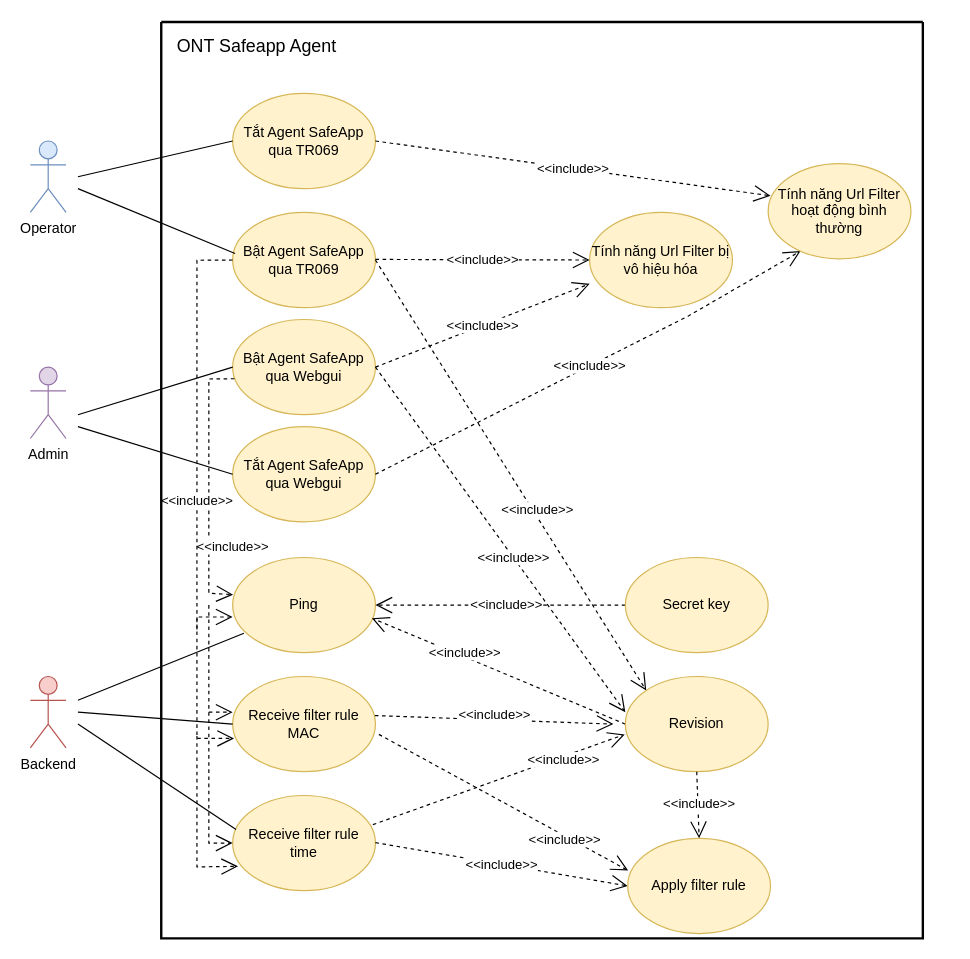
nhatdevemb/Image_galerry keeps this draw.io diagram as final.drawio. Above is the earlier version. Source tidied: cells renumbered, new cells numbered last; positions are measured from the earlier drawing's top-left corner, leaving out a move shared by most shapes. Both pictures are drawn from the tidied source at 119%, with x=0, y=0 at pixel (30, 21).
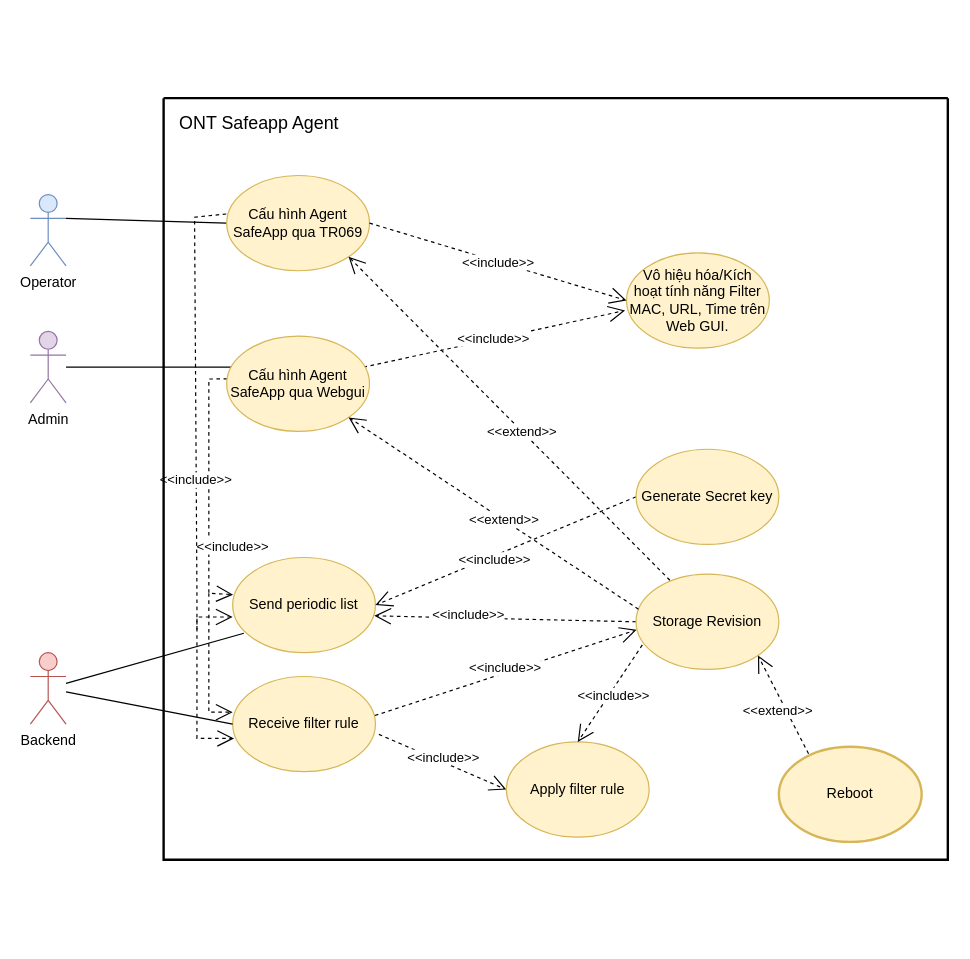
Above is the later version.

Change to the diagram source:
```diff
@@
-    <mxCell id="2" value="Tắt Agent SafeApp qua TR069" style="ellipse;whiteSpace=wrap;html=1;fillColor=#fff2cc;strokeColor=#d6b656;" parent="1" vertex="1">
-      <mxGeometry x="170" y="60" width="120" height="80" as="geometry" />
-    </mxCell>
-    <mxCell id="3" value="&lt;span&gt;Bật Agent SafeApp qua TR069&lt;/span&gt;" style="ellipse;whiteSpace=wrap;html=1;fillColor=#fff2cc;strokeColor=#d6b656;" parent="1" vertex="1">
-      <mxGeometry x="170" y="160" width="120" height="80" as="geometry" />
-    </mxCell>
-    <mxCell id="4" value="&lt;span&gt;Bật Agent SafeApp qua Webgui&lt;/span&gt;" style="ellipse;whiteSpace=wrap;html=1;fillColor=#fff2cc;strokeColor=#d6b656;" parent="1" vertex="1">
-      <mxGeometry x="170" y="250" width="120" height="80" as="geometry" />
-    </mxCell>
-    <mxCell id="5" value="&lt;span&gt;Tắt Agent SafeApp qua Webgui&lt;/span&gt;" style="ellipse;whiteSpace=wrap;html=1;fillColor=#fff2cc;strokeColor=#d6b656;" parent="1" vertex="1">
-      <mxGeometry x="170" y="340" width="120" height="80" as="geometry" />
-    </mxCell>
-    <mxCell id="6" value="Ping" style="ellipse;whiteSpace=wrap;html=1;fillColor=#fff2cc;strokeColor=#d6b656;" parent="1" vertex="1">
+    <mxCell id="6" value="Send periodic list" style="ellipse;whiteSpace=wrap;html=1;fillColor=#fff2cc;strokeColor=#d6b656;" parent="1" vertex="1">
       <mxGeometry x="170" y="450" width="120" height="80" as="geometry" />
     </mxCell>
-    <mxCell id="7" value="Tính năng Url Filter bị vô hiệu hóa" style="ellipse;whiteSpace=wrap;html=1;fillColor=#fff2cc;strokeColor=#d6b656;" parent="1" vertex="1">
-      <mxGeometry x="470" y="160" width="120" height="80" as="geometry" />
-    </mxCell>
-    <mxCell id="8" value="&amp;lt;&amp;lt;include&amp;gt;&amp;gt;" style="endArrow=open;endSize=12;dashed=1;html=1;rounded=0;entryX=0;entryY=0.5;entryDx=0;entryDy=0;" parent="1" edge="1" target="7">
-      <mxGeometry relative="1" as="geometry">
-        <mxPoint x="290" y="199.5" as="sourcePoint" />
-      </mxGeometry>
-    </mxCell>
-    <mxCell id="9" value="&amp;lt;&amp;lt;include&amp;gt;&amp;gt;" style="endArrow=open;endSize=12;dashed=1;html=1;rounded=0;exitX=1;exitY=0.5;exitDx=0;exitDy=0;" parent="1" edge="1" source="4">
+    <mxCell id="9" value="&amp;lt;&amp;lt;include&amp;gt;&amp;gt;" style="endArrow=open;endSize=12;dashed=1;html=1;rounded=0;entryX=-0.01;entryY=0.605;entryDx=0;entryDy=0;entryPerimeter=0;" parent="1" edge="1" target="7">
       <mxGeometry relative="1" as="geometry">
-        <mxPoint x="470" y="220" as="targetPoint" />
+        <mxPoint x="280" y="290" as="sourcePoint" />
       </mxGeometry>
     </mxCell>
-    <mxCell id="10" value="&amp;lt;&amp;lt;include&amp;gt;&amp;gt;" style="endArrow=open;endSize=12;dashed=1;html=1;rounded=0;exitX=1;exitY=0.5;exitDx=0;exitDy=0;entryX=0.227;entryY=0.919;entryDx=0;entryDy=0;entryPerimeter=0;" parent="1" edge="1" source="5" target="43">
-      <mxGeometry relative="1" as="geometry">
-        <Array as="points">
-          <mxPoint x="553" y="247" />
-        </Array>
-      </mxGeometry>
-    </mxCell>
-    <mxCell id="11" value="&amp;lt;&amp;lt;include&amp;gt;&amp;gt;" style="endArrow=open;endSize=12;dashed=1;html=1;rounded=0;exitX=1;exitY=0.5;exitDx=0;exitDy=0;entryX=0.017;entryY=0.338;entryDx=0;entryDy=0;entryPerimeter=0;" parent="1" edge="1" source="2" target="43">
-      <mxGeometry relative="1" as="geometry" />
-    </mxCell>
     <mxCell id="12" value="Operator" style="shape=umlActor;verticalLabelPosition=bottom;verticalAlign=top;html=1;fillColor=#dae8fc;strokeColor=#6c8ebf;" parent="1" vertex="1">
-      <mxGeometry y="100" width="30" height="60" as="geometry" />
+      <mxGeometry y="145" width="30" height="60" as="geometry" />
     </mxCell>
     <mxCell id="13" value="Admin" style="shape=umlActor;verticalLabelPosition=bottom;verticalAlign=top;html=1;fillColor=#e1d5e7;strokeColor=#9673a6;" parent="1" vertex="1">
-      <mxGeometry y="290" width="30" height="60" as="geometry" />
+      <mxGeometry y="260" width="30" height="60" as="geometry" />
     </mxCell>
-    <mxCell id="14" value="&amp;lt;&amp;lt;include&amp;gt;&amp;gt;" style="endArrow=open;endSize=12;dashed=1;html=1;rounded=0;exitX=0.012;exitY=0.622;exitDx=0;exitDy=0;exitPerimeter=0;entryX=0.003;entryY=0.39;entryDx=0;entryDy=0;entryPerimeter=0;" parent="1" edge="1" source="4" target="6">
+    <mxCell id="14" value="&amp;lt;&amp;lt;include&amp;gt;&amp;gt;" style="endArrow=open;endSize=12;dashed=1;html=1;rounded=0;exitX=0.012;exitY=0.622;exitDx=0;exitDy=0;exitPerimeter=0;entryX=0.003;entryY=0.39;entryDx=0;entryDy=0;entryPerimeter=0;" parent="1" edge="1" target="6">
       <mxGeometry x="0.46" y="20" relative="1" as="geometry">
+        <mxPoint x="171.4" y="299.8" as="sourcePoint" />
         <Array as="points">
           <mxPoint x="150" y="300" />
           <mxPoint x="150" y="480" />
         </Array>
       </mxGeometry>
     </mxCell>
-    <mxCell id="15" value="&amp;lt;&amp;lt;include&amp;gt;&amp;gt;" style="endArrow=open;endSize=12;dashed=1;html=1;rounded=0;exitX=0;exitY=0.5;exitDx=0;exitDy=0;entryX=0.01;entryY=0.65;entryDx=0;entryDy=0;entryPerimeter=0;" parent="1" edge="1" source="3" target="16">
+    <mxCell id="15" value="&amp;lt;&amp;lt;include&amp;gt;&amp;gt;" style="endArrow=open;endSize=12;dashed=1;html=1;rounded=0;exitX=-0.003;exitY=0.404;exitDx=0;exitDy=0;entryX=0.01;entryY=0.65;entryDx=0;entryDy=0;entryPerimeter=0;exitPerimeter=0;" parent="1" edge="1" source="2" target="16">
       <mxGeometry relative="1" as="geometry">
         <Array as="points">
-          <mxPoint x="140" y="200.2" />
+          <mxPoint x="138" y="164" />
           <mxPoint x="140" y="480.2" />
           <mxPoint x="140" y="602" />
         </Array>
       </mxGeometry>
     </mxCell>
-    <mxCell id="16" value="Receive filter rule MAC" style="ellipse;whiteSpace=wrap;html=1;fillColor=#fff2cc;strokeColor=#d6b656;" parent="1" vertex="1">
+    <mxCell id="16" value="Receive filter rule" style="ellipse;whiteSpace=wrap;html=1;fillColor=#fff2cc;strokeColor=#d6b656;" parent="1" vertex="1">
       <mxGeometry x="170" y="550" width="120" height="80" as="geometry" />
     </mxCell>
-    <mxCell id="17" value="&lt;span&gt;Receive filter rule time&lt;/span&gt;" style="ellipse;whiteSpace=wrap;html=1;fillColor=#fff2cc;strokeColor=#d6b656;" parent="1" vertex="1">
-      <mxGeometry x="170" y="650" width="120" height="80" as="geometry" />
-    </mxCell>
     <mxCell id="18" style="endArrow=open;endSize=12;dashed=1;html=1;rounded=0;" parent="1" edge="1">
       <mxGeometry relative="1" as="geometry">
-        <mxPoint x="150" y="490" as="sourcePoint" />
+        <mxPoint x="150" y="480" as="sourcePoint" />
         <mxPoint x="170" y="580" as="targetPoint" />
         <Array as="points">
           <mxPoint x="150" y="580" />
         </Array>
       </mxGeometry>
     </mxCell>
-    <mxCell id="19" style="endArrow=open;endSize=12;dashed=1;html=1;rounded=0;entryX=0;entryY=0.5;entryDx=0;entryDy=0;" parent="1" edge="1">
-      <mxGeometry relative="1" as="geometry">
-        <mxPoint x="150" y="580" as="sourcePoint" />
-        <mxPoint x="170" y="690" as="targetPoint" />
-        <Array as="points">
-          <mxPoint x="150" y="690" />
-        </Array>
-      </mxGeometry>
-    </mxCell>
-    <mxCell id="20" style="endArrow=open;endSize=12;dashed=1;html=1;rounded=0;entryX=0.038;entryY=0.744;entryDx=0;entryDy=0;entryPerimeter=0;" parent="1" edge="1" target="17">
-      <mxGeometry relative="1" as="geometry">
-        <mxPoint x="140" y="600" as="sourcePoint" />
-        <Array as="points">
-          <mxPoint x="140" y="710" />
-        </Array>
-      </mxGeometry>
-    </mxCell>
@@
-    <mxCell id="22" value="&amp;lt;&amp;lt;include&amp;gt;&amp;gt;" style="endArrow=open;endSize=12;dashed=1;html=1;rounded=0;entryX=0;entryY=0.5;entryDx=0;entryDy=0;" parent="1" edge="1" target="42">
-      <mxGeometry relative="1" as="geometry">
-        <mxPoint x="290" y="689.6" as="sourcePoint" />
-      </mxGeometry>
-    </mxCell>
-    <mxCell id="23" value="&amp;lt;&amp;lt;include&amp;gt;&amp;gt;" style="endArrow=open;endSize=12;dashed=1;html=1;rounded=0;entryX=0.003;entryY=0.338;entryDx=0;entryDy=0;entryPerimeter=0;exitX=1.024;exitY=0.608;exitDx=0;exitDy=0;exitPerimeter=0;" parent="1" edge="1" source="16" target="42">
-      <mxGeometry x="0.5" y="-3" relative="1" as="geometry" />
+    <mxCell id="23" value="&amp;lt;&amp;lt;include&amp;gt;&amp;gt;" style="endArrow=open;endSize=12;dashed=1;html=1;rounded=0;entryX=0;entryY=0.5;entryDx=0;entryDy=0;exitX=1.024;exitY=0.608;exitDx=0;exitDy=0;exitPerimeter=0;" parent="1" edge="1" source="16" target="42">
+      <mxGeometry x="-0.02" y="4" relative="1" as="geometry" />
     </mxCell>
-    <mxCell id="24" value="&amp;lt;&amp;lt;include&amp;gt;&amp;gt;" style="endArrow=open;endSize=12;dashed=1;html=1;rounded=0;entryX=-0.004;entryY=0.608;entryDx=0;entryDy=0;entryPerimeter=0;exitX=0.982;exitY=0.306;exitDx=0;exitDy=0;exitPerimeter=0;" parent="1" edge="1" source="17" target="41">
-      <mxGeometry x="0.5" y="-3" relative="1" as="geometry" />
-    </mxCell>
     <mxCell id="25" value="&amp;lt;&amp;lt;include&amp;gt;&amp;gt;" style="endArrow=open;endSize=12;dashed=1;html=1;rounded=0;exitX=0;exitY=0.5;exitDx=0;exitDy=0;" parent="1" edge="1" source="41">
       <mxGeometry x="0.28" y="-3" relative="1" as="geometry">
-        <mxPoint x="287" y="501" as="targetPoint" />
+        <mxPoint x="289" y="499" as="targetPoint" />
       </mxGeometry>
     </mxCell>
     <mxCell id="26" value="&amp;lt;&amp;lt;include&amp;gt;&amp;gt;" style="endArrow=open;endSize=12;dashed=1;html=1;rounded=0;entryX=1;entryY=0.5;entryDx=0;entryDy=0;exitX=0;exitY=0.5;exitDx=0;exitDy=0;" parent="1" edge="1" source="40" target="6">
-      <mxGeometry x="-0.05" relative="1" as="geometry" />
+      <mxGeometry x="0.1" y="3" relative="1" as="geometry" />
     </mxCell>
-    <mxCell id="27" value="&amp;lt;&amp;lt;include&amp;gt;&amp;gt;" style="endArrow=open;endSize=12;dashed=1;html=1;rounded=0;exitX=1;exitY=0.5;exitDx=0;exitDy=0;entryX=0;entryY=0.375;entryDx=0;entryDy=0;entryPerimeter=0;" parent="1" edge="1" source="4" target="41">
-      <mxGeometry x="0.1" relative="1" as="geometry" />
-    </mxCell>
-    <mxCell id="28" value="&amp;lt;&amp;lt;include&amp;gt;&amp;gt;" style="endArrow=open;endSize=12;dashed=1;html=1;rounded=0;exitX=1;exitY=0.5;exitDx=0;exitDy=0;entryX=0;entryY=0;entryDx=0;entryDy=0;" parent="1" edge="1" source="3" target="41">
-      <mxGeometry x="0.17" y="3" relative="1" as="geometry" />
-    </mxCell>
-    <mxCell id="29" value="&amp;lt;&amp;lt;include&amp;gt;&amp;gt;" style="endArrow=open;endSize=12;dashed=1;html=1;rounded=0;exitX=0.996;exitY=0.41;exitDx=0;exitDy=0;exitPerimeter=0;" parent="1" edge="1" source="16">
-      <mxGeometry y="4" relative="1" as="geometry">
-        <mxPoint x="490" y="590" as="targetPoint" />
-      </mxGeometry>
+    <mxCell id="29" value="&amp;lt;&amp;lt;include&amp;gt;&amp;gt;" style="endArrow=open;endSize=12;dashed=1;html=1;rounded=0;exitX=0.996;exitY=0.41;exitDx=0;exitDy=0;exitPerimeter=0;entryX=0.004;entryY=0.585;entryDx=0;entryDy=0;entryPerimeter=0;" parent="1" edge="1" source="16" target="41">
+      <mxGeometry y="4" relative="1" as="geometry" />
     </mxCell>
     <mxCell id="30" value="Backend" style="shape=umlActor;verticalLabelPosition=bottom;verticalAlign=top;html=1;fillColor=#f8cecc;strokeColor=#b85450;" parent="1" vertex="1">
-      <mxGeometry y="550" width="30" height="60" as="geometry" />
+      <mxGeometry y="530" width="30" height="60" as="geometry" />
     </mxCell>
-    <mxCell id="31" style="endArrow=none;html=1;rounded=0;entryX=0.079;entryY=0.796;entryDx=0;entryDy=0;entryPerimeter=0;" parent="1" edge="1" target="6">
-      <mxGeometry relative="1" as="geometry">
-        <mxPoint x="40" y="570" as="sourcePoint" />
-      </mxGeometry>
+    <mxCell id="31" style="endArrow=none;html=1;rounded=0;entryX=0.079;entryY=0.796;entryDx=0;entryDy=0;entryPerimeter=0;" parent="1" edge="1" source="30" target="6">
+      <mxGeometry relative="1" as="geometry" />
     </mxCell>
-    <mxCell id="32" style="endArrow=none;html=1;rounded=0;entryX=0;entryY=0.5;entryDx=0;entryDy=0;" parent="1" edge="1" target="16">
-      <mxGeometry relative="1" as="geometry">
-        <mxPoint x="40" y="580" as="sourcePoint" />
-      </mxGeometry>
+    <mxCell id="32" style="endArrow=none;html=1;rounded=0;entryX=0;entryY=0.5;entryDx=0;entryDy=0;" parent="1" edge="1" source="30" target="16">
+      <mxGeometry relative="1" as="geometry" />
     </mxCell>
-    <mxCell id="33" style="endArrow=none;html=1;rounded=0;entryX=0.024;entryY=0.358;entryDx=0;entryDy=0;entryPerimeter=0;" parent="1" edge="1" target="17">
-      <mxGeometry relative="1" as="geometry">
-        <mxPoint x="40" y="590" as="sourcePoint" />
-      </mxGeometry>
-    </mxCell>
-    <mxCell id="34" style="endArrow=none;html=1;rounded=0;entryX=0;entryY=0.5;entryDx=0;entryDy=0;" parent="1" edge="1" target="4">
+    <mxCell id="34" style="endArrow=none;html=1;rounded=0;entryX=0;entryY=0.5;entryDx=0;entryDy=0;" parent="1" edge="1" source="13">
       <mxGeometry relative="1" as="geometry">
-        <mxPoint x="40" y="330" as="sourcePoint" />
+        <mxPoint x="170" y="290" as="targetPoint" />
       </mxGeometry>
     </mxCell>
-    <mxCell id="35" style="endArrow=none;html=1;rounded=0;entryX=0;entryY=0.5;entryDx=0;entryDy=0;" parent="1" edge="1" target="5">
-      <mxGeometry relative="1" as="geometry">
-        <mxPoint x="40" y="340" as="sourcePoint" />
-      </mxGeometry>
-    </mxCell>
-    <mxCell id="36" style="endArrow=none;html=1;rounded=0;entryX=0;entryY=0.5;entryDx=0;entryDy=0;" parent="1" edge="1" target="2">
-      <mxGeometry relative="1" as="geometry">
-        <mxPoint x="40" y="130" as="sourcePoint" />
-      </mxGeometry>
+    <mxCell id="36" style="endArrow=none;html=1;rounded=0;entryX=0;entryY=0.5;entryDx=0;entryDy=0;exitX=1;exitY=0.3333333333333333;exitDx=0;exitDy=0;exitPerimeter=0;" parent="1" edge="1" source="12" target="2">
+      <mxGeometry relative="1" as="geometry" />
     </mxCell>
-    <mxCell id="37" style="endArrow=none;html=1;rounded=0;entryX=0.017;entryY=0.431;entryDx=0;entryDy=0;entryPerimeter=0;" parent="1" edge="1" target="3">
-      <mxGeometry relative="1" as="geometry">
-        <mxPoint x="40" y="140" as="sourcePoint" />
-      </mxGeometry>
-    </mxCell>
     <mxCell id="38" style="swimlane;startSize=0;strokeWidth=2;" parent="1" vertex="1">
-      <mxGeometry x="110" width="640" height="770" as="geometry" />
+      <mxGeometry x="112" y="64" width="659" height="640" as="geometry" />
     </mxCell>
@@
-    <mxCell id="40" value="Secret key" style="ellipse;whiteSpace=wrap;html=1;fillColor=#fff2cc;strokeColor=#d6b656;" parent="38" vertex="1">
-      <mxGeometry x="390" y="450" width="120" height="80" as="geometry" />
+    <mxCell id="40" value="Generate Secret key" style="ellipse;whiteSpace=wrap;html=1;fillColor=#fff2cc;strokeColor=#d6b656;" parent="38" vertex="1">
+      <mxGeometry x="397" y="295" width="120" height="80" as="geometry" />
     </mxCell>
-    <mxCell id="41" value="Revision" style="ellipse;whiteSpace=wrap;html=1;fillColor=#fff2cc;strokeColor=#d6b656;" parent="38" vertex="1">
-      <mxGeometry x="390" y="550" width="120" height="80" as="geometry" />
+    <mxCell id="41" value="Storage Revision" style="ellipse;whiteSpace=wrap;html=1;fillColor=#fff2cc;strokeColor=#d6b656;" parent="38" vertex="1">
+      <mxGeometry x="397" y="400" width="120" height="80" as="geometry" />
     </mxCell>
     <mxCell id="42" value="Apply filter rule" style="ellipse;whiteSpace=wrap;html=1;fillColor=#fff2cc;strokeColor=#d6b656;" parent="38" vertex="1">
-      <mxGeometry x="392" y="686" width="120" height="80" as="geometry" />
+      <mxGeometry x="288" y="541" width="120" height="80" as="geometry" />
     </mxCell>
-    <mxCell id="43" value="Tính năng Url Filter hoạt động bình thường" style="ellipse;whiteSpace=wrap;html=1;fillColor=#fff2cc;strokeColor=#d6b656;" parent="38" vertex="1">
-      <mxGeometry x="510" y="119" width="120" height="80" as="geometry" />
-    </mxCell>
+    <mxCell id="2" value="Cấu hình Agent SafeApp qua TR069" style="ellipse;whiteSpace=wrap;html=1;fillColor=#fff2cc;strokeColor=#d6b656;" parent="38" vertex="1">
+      <mxGeometry x="53" y="65" width="120" height="80" as="geometry" />
+    </mxCell>
+    <mxCell id="45" value="Cấu hình Agent SafeApp qua Webgui" style="ellipse;whiteSpace=wrap;html=1;fillColor=#fff2cc;strokeColor=#d6b656;" parent="38" vertex="1">
+      <mxGeometry x="53" y="200" width="120" height="80" as="geometry" />
+    </mxCell>
+    <mxCell id="7" value="Vô hiệu hóa/Kích hoạt tính năng Filter MAC, URL, Time trên Web GUI." style="ellipse;whiteSpace=wrap;html=1;fillColor=#fff2cc;strokeColor=#d6b656;" parent="38" vertex="1">
+      <mxGeometry x="389" y="130" width="120" height="80" as="geometry" />
+    </mxCell>
+    <mxCell id="46" value="&amp;lt;&amp;lt;include&amp;gt;&amp;gt;" style="endArrow=open;endSize=12;dashed=1;html=1;rounded=0;exitX=1;exitY=0.5;exitDx=0;exitDy=0;entryX=0;entryY=0.5;entryDx=0;entryDy=0;" parent="38" edge="1" source="2" target="7">
+      <mxGeometry relative="1" as="geometry" />
+    </mxCell>
+    <mxCell id="27" value="&amp;lt;&amp;lt;extend&amp;gt;&amp;gt;" style="endArrow=open;endSize=12;dashed=1;html=1;rounded=0;exitX=0.017;exitY=0.368;exitDx=0;exitDy=0;entryX=1;entryY=1;entryDx=0;entryDy=0;exitPerimeter=0;" parent="38" edge="1" source="41" target="45">
+      <mxGeometry x="-0.07" y="-1" relative="1" as="geometry" />
+    </mxCell>
-    <mxCell id="44" value="&amp;lt;&amp;lt;include&amp;gt;&amp;gt;" style="endArrow=open;endSize=12;dashed=1;html=1;rounded=0;entryX=0.5;entryY=0;entryDx=0;entryDy=0;exitX=0.5;exitY=1;exitDx=0;exitDy=0;" parent="38" edge="1" source="41" target="42">
-      <mxGeometry x="-0.03" y="1" relative="1" as="geometry" />
+    <mxCell id="44" value="&amp;lt;&amp;lt;include&amp;gt;&amp;gt;" style="endArrow=open;endSize=12;dashed=1;html=1;rounded=0;exitX=0.044;exitY=0.743;exitDx=0;exitDy=0;entryX=0.5;entryY=0;entryDx=0;entryDy=0;exitPerimeter=0;" parent="38" edge="1" source="41" target="42">
+      <mxGeometry y="4" relative="1" as="geometry" />
     </mxCell>
+    <mxCell id="47" value="Reboot" style="ellipse;whiteSpace=wrap;html=1;fontFamily=Helvetica;fontSize=12;startSize=0;strokeColor=#d6b656;strokeWidth=2;fillColor=#fff2cc;" parent="38" vertex="1">
+      <mxGeometry x="517" y="545" width="120" height="80" as="geometry" />
+    </mxCell>
+    <mxCell id="48" value="&amp;lt;&amp;lt;extend&amp;gt;&amp;gt;" style="endArrow=open;endSize=12;dashed=1;html=1;rounded=0;exitX=0.208;exitY=0.074;exitDx=0;exitDy=0;entryX=1;entryY=1;entryDx=0;entryDy=0;exitPerimeter=0;" parent="38" edge="1" source="47" target="41">
+      <mxGeometry x="-0.05" y="7" relative="1" as="geometry" />
+    </mxCell>
+    <mxCell id="49" value="&amp;lt;&amp;lt;extend&amp;gt;&amp;gt;" style="endArrow=open;endSize=12;dashed=1;html=1;rounded=0;exitX=0.237;exitY=0.064;exitDx=0;exitDy=0;entryX=1;entryY=1;entryDx=0;entryDy=0;exitPerimeter=0;" parent="38" edge="1" source="41" target="2">
+      <mxGeometry x="-0.08" relative="1" as="geometry" />
+    </mxCell>
```
